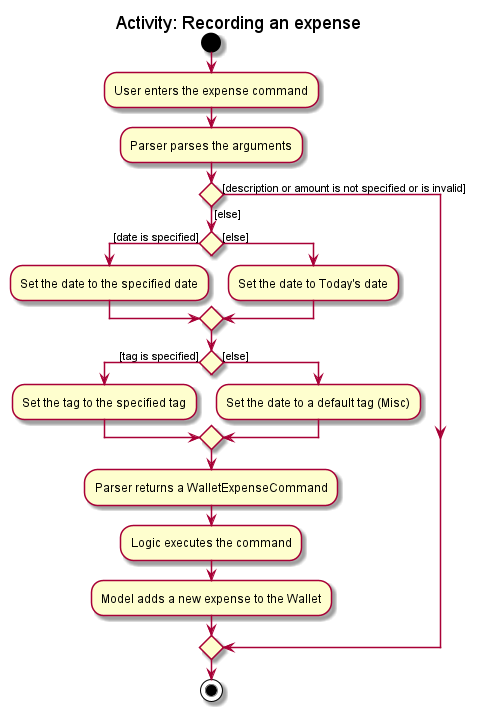
Before: docs/images/ExpenseActivityDiagram.png, a diagram exported from PlantUML (syinyichen/main).
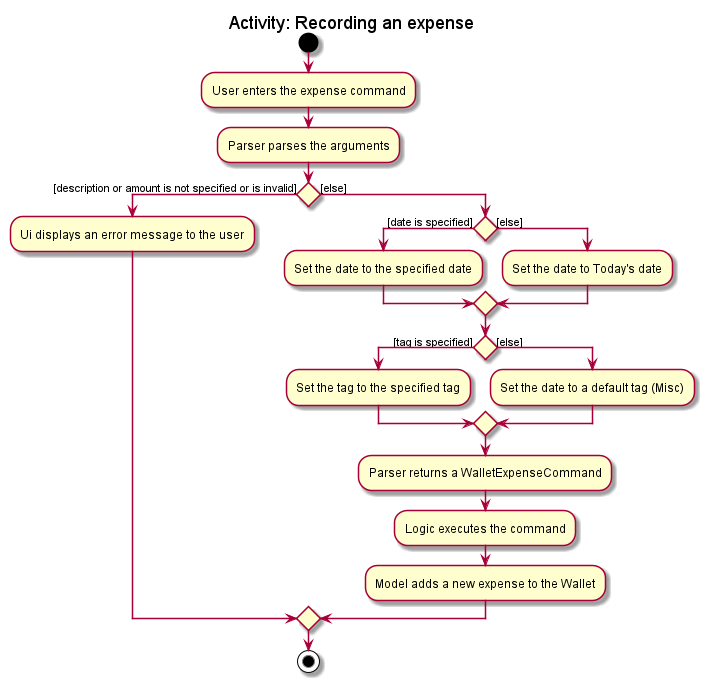
After the commit.

Commit message:
Fix expense activity and sequence diagrams

Change to the diagram source:
```diff
@@ -5,6 +5,7 @@
 :Parser parses the arguments;
 
 if () then ([description or amount is not specified or is invalid])
+    :Ui displays an error message to the user;
 else ([else])
     if () then ([date is specified])
         :Set the date to the specified date;
```
